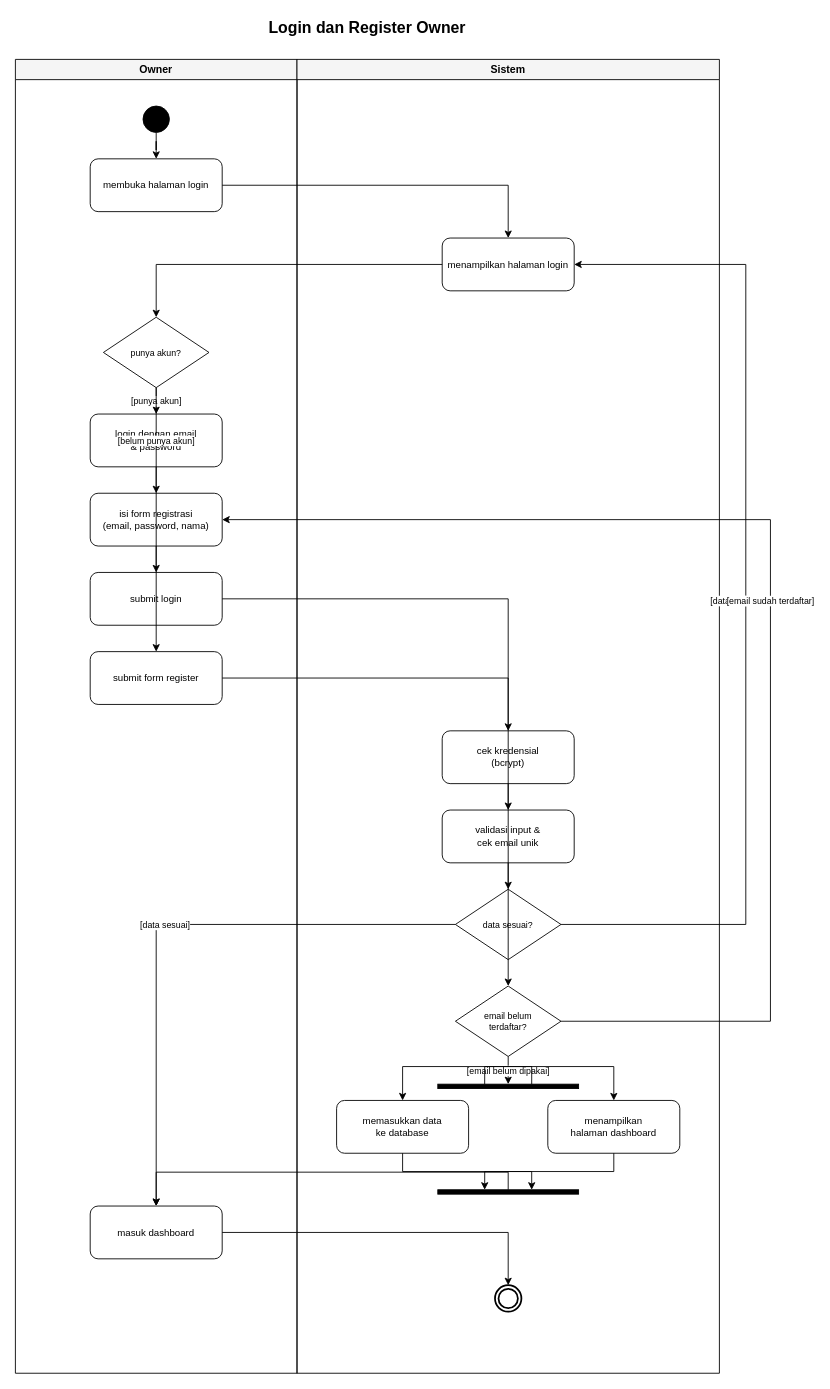
Before: page "1. Autentikasi Owner (Register & Login)" (1 of 11) of docs/diagram/Activity-Ngekost.drawio in nfl-alvis/NgeKos, a draw.io diagram. Source tidied: cells renumbered, new cells numbered last; positions are measured from the earlier drawing's top-left corner, leaving out a move shared by most shapes. Both pictures are drawn from the tidied source at 88%, with x=0, y=0 at pixel (15, 15).
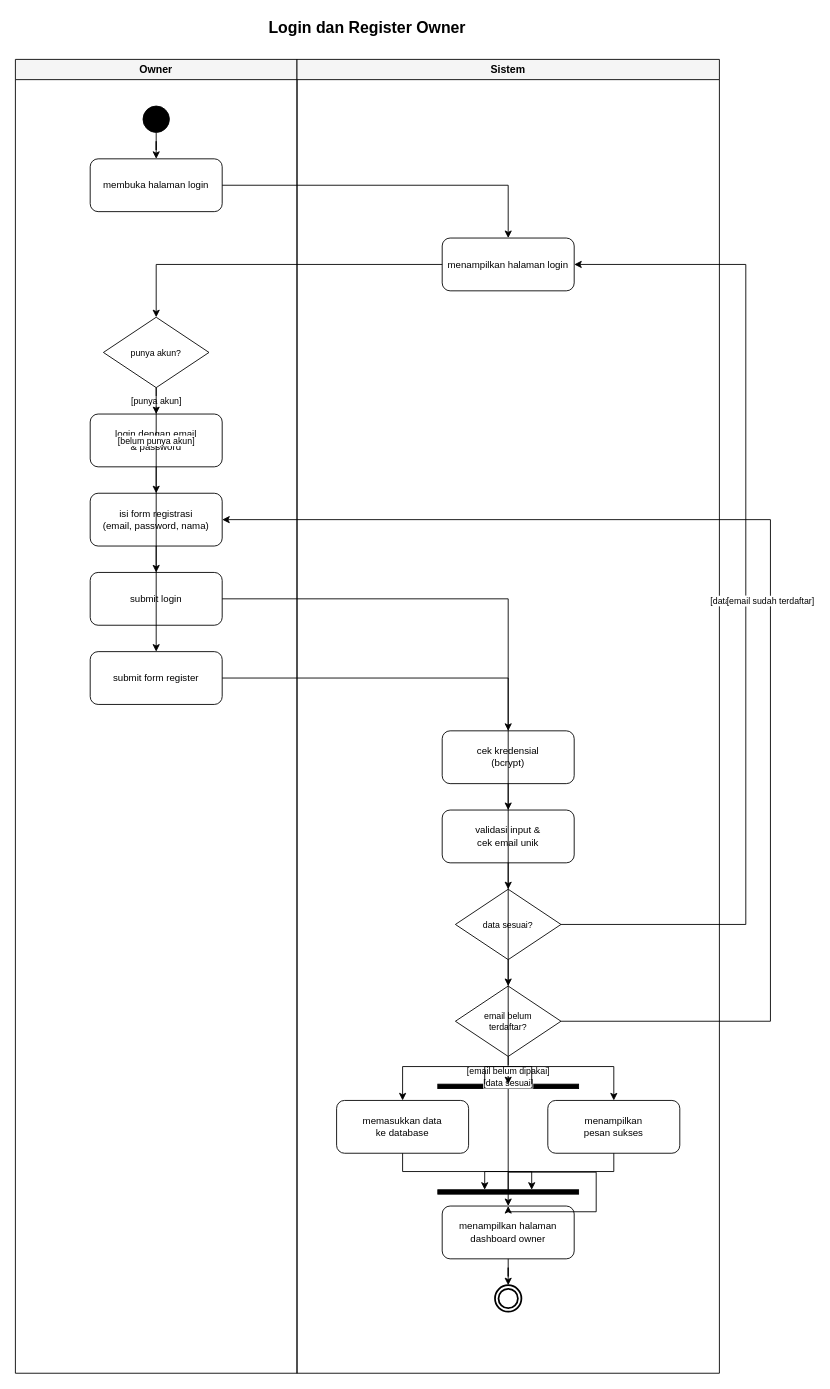
After the change.

Commit message (it also covers changes not shown here):
fix(diagram): patuhi pola referensi — semua jalur berakhir lewat aksi 'menampilkan …' di lane Sistem sebelum final node

The change refers to these unchanged cells:
```xml
<mxCell id="3" value="Owner" style="swimlane;whiteSpace=wrap;html=1;startSize=23;horizontal=1;fontStyle=1;fontSize=12;fillColor=#f5f5f5;strokeColor=#000000;" parent="1" vertex="1">
  <mxGeometry y="50" width="320" height="1493" as="geometry" />
</mxCell>
<mxCell id="4" value="Sistem" style="swimlane;whiteSpace=wrap;html=1;startSize=23;horizontal=1;fontStyle=1;fontSize=12;fillColor=#f5f5f5;strokeColor=#000000;" parent="1" vertex="1">
  <mxGeometry x="320" y="50" width="480" height="1493" as="geometry" />
</mxCell>
<mxCell id="15" value="data sesuai?" style="rhombus;whiteSpace=wrap;html=1;shapeInside=1;fillColor=#FFFFFF;strokeColor=#000000;fontSize=10;" parent="4" vertex="1">
  <mxGeometry x="180" y="943" width="120" height="80" as="geometry" />
</mxCell>
<mxCell id="20" style="html=1;points=[];perimeter=orthogonalPerimeter;fillColor=#000000;strokeColor=#000000;rotation=90;" parent="4" vertex="1">
  <mxGeometry x="237.5" y="1207" width="5" height="160" as="geometry" />
</mxCell>
<mxCell id="22" style="ellipse;html=1;shape=endState;fillColor=#FFFFFF;strokeColor=#000000;strokeWidth=2;" parent="4" vertex="1">
  <mxGeometry x="225" y="1393" width="30" height="30" as="geometry" />
</mxCell>
```

Diff of the diagram source:
```diff
@@
-    <mxCell id="19" value="menampilkan&#10;halaman dashboard" style="rounded=1;whiteSpace=wrap;html=1;fillColor=#FFFFFF;strokeColor=#000000;fontSize=11;" parent="4" vertex="1">
+    <mxCell id="19" value="menampilkan&#10;pesan sukses" style="rounded=1;whiteSpace=wrap;html=1;fillColor=#FFFFFF;strokeColor=#000000;fontSize=11;" parent="4" vertex="1">
       <mxGeometry x="285" y="1183" width="150" height="60" as="geometry" />
     </mxCell>
@@
-    <mxCell id="21" value="masuk dashboard" style="rounded=1;whiteSpace=wrap;html=1;fillColor=#FFFFFF;strokeColor=#000000;fontSize=11;" parent="3" vertex="1">
-      <mxGeometry x="85" y="1303" width="150" height="60" as="geometry" />
+    <mxCell id="21" value="menampilkan halaman&#10;dashboard owner" style="rounded=1;whiteSpace=wrap;html=1;fillColor=#FFFFFF;strokeColor=#000000;fontSize=11;" parent="4" vertex="1">
+      <mxGeometry x="165" y="1303" width="150" height="60" as="geometry" />
     </mxCell>
@@
-    <mxCell id="35" value="[data sesuai]" style="edgeStyle=orthogonalEdgeStyle;rounded=0;jettySize=auto;html=1;strokeColor=#000000;fontSize=10;" parent="1" edge="1" source="15" target="21">
+    <mxCell id="35" value="[data sesuai]" style="edgeStyle=orthogonalEdgeStyle;rounded=0;jettySize=auto;html=1;strokeColor=#000000;fontSize=10;" parent="4" edge="1" source="15" target="21">
       <mxGeometry relative="1" as="geometry" />
     </mxCell>
@@
-    <mxCell id="42" style="edgeStyle=orthogonalEdgeStyle;rounded=0;jettySize=auto;html=1;strokeColor=#000000;fontSize=10;exitX=0;exitY=0.500;exitDx=0;exitDy=0;exitPerimeter=0;" parent="1" edge="1" source="20" target="21">
+    <mxCell id="42" style="edgeStyle=orthogonalEdgeStyle;rounded=0;jettySize=auto;html=1;strokeColor=#000000;fontSize=10;exitX=0;exitY=0.500;exitDx=0;exitDy=0;exitPerimeter=0;" parent="4" edge="1" source="20" target="21">
       <mxGeometry relative="1" as="geometry" />
     </mxCell>
-    <mxCell id="43" style="edgeStyle=orthogonalEdgeStyle;rounded=0;jettySize=auto;html=1;strokeColor=#000000;fontSize=10;" parent="1" edge="1" source="21" target="22">
+    <mxCell id="43" style="edgeStyle=orthogonalEdgeStyle;rounded=0;jettySize=auto;html=1;strokeColor=#000000;fontSize=10;" parent="4" edge="1" source="21" target="22">
       <mxGeometry relative="1" as="geometry" />
     </mxCell>
```
